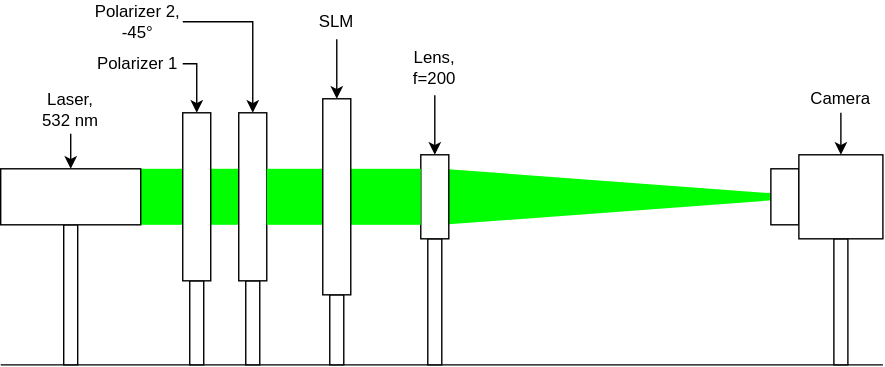
The draw.io diagram documentation/images/setup_4.svg in nbaehler/mask-designer, before a commit. Source tidied: cells renumbered, new cells last; positions are measured from the earlier drawing's top-left corner, leaving out a move shared by most shapes. Its diagram source:
```xml
<mxGraphModel>
  <root>
    <mxCell id="0" />
    <mxCell id="1" parent="0" />
    <mxCell id="2" style="triangle;whiteSpace=wrap;html=1;fillColor=#00FF00;strokeColor=none;" parent="1" vertex="1">
      <mxGeometry x="315" y="120" width="270" height="40" as="geometry" />
    </mxCell>
    <mxCell id="3" style="endArrow=none;html=1;rounded=0;" parent="1" edge="1">
      <mxGeometry relative="1" as="geometry">
        <mxPoint y="260" as="sourcePoint" />
        <mxPoint x="630" y="260" as="targetPoint" />
      </mxGeometry>
    </mxCell>
    <mxCell id="4" style="rounded=0;whiteSpace=wrap;html=1;strokeColor=none;fillColor=#00FF00;" parent="1" vertex="1">
      <mxGeometry x="100" y="120" width="30" height="40" as="geometry" />
    </mxCell>
    <mxCell id="5" style="rounded=0;whiteSpace=wrap;html=1;fillColor=default;" parent="1" vertex="1">
      <mxGeometry x="45" y="160" width="10" height="100" as="geometry" />
    </mxCell>
    <mxCell id="6" style="rounded=0;whiteSpace=wrap;html=1;fillColor=default;" parent="1" vertex="1">
      <mxGeometry x="595" y="170" width="10" height="90" as="geometry" />
    </mxCell>
    <mxCell id="7" style="rounded=0;whiteSpace=wrap;html=1;fillColor=default;" parent="1" vertex="1">
      <mxGeometry x="305" y="170" width="10" height="90" as="geometry" />
    </mxCell>
    <mxCell id="8" style="edgeStyle=orthogonalEdgeStyle;rounded=0;jettySize=auto;html=1;exitX=0.5;exitY=1;exitDx=0;exitDy=0;entryX=0.5;entryY=0;entryDx=0;entryDy=0;" parent="1" edge="1" source="9" target="15">
      <mxGeometry relative="1" as="geometry" />
    </mxCell>
    <mxCell id="9" value="&lt;div&gt;Laser,&lt;/div&gt;&lt;div&gt;532 nm&lt;/div&gt;" style="text;html=1;strokeColor=none;fillColor=none;align=center;verticalAlign=middle;whiteSpace=wrap;rounded=0;" parent="1" vertex="1">
      <mxGeometry x="20" y="60" width="60" height="35" as="geometry" />
    </mxCell>
    <mxCell id="10" style="edgeStyle=none;html=1;" parent="1" edge="1" source="11" target="12">
      <mxGeometry relative="1" as="geometry" />
    </mxCell>
    <mxCell id="11" value="&lt;div&gt;Lens,&lt;/div&gt;&lt;div&gt;f=200&lt;br&gt;&lt;/div&gt;" style="text;html=1;strokeColor=none;fillColor=none;align=center;verticalAlign=middle;whiteSpace=wrap;rounded=0;" parent="1" vertex="1">
      <mxGeometry x="280" y="27.5" width="60" height="40" as="geometry" />
    </mxCell>
    <mxCell id="12" style="rounded=0;whiteSpace=wrap;html=1;fillColor=default;" parent="1" vertex="1">
      <mxGeometry x="300" y="110" width="20" height="60" as="geometry" />
    </mxCell>
    <mxCell id="13" style="rounded=0;whiteSpace=wrap;html=1;fillColor=default;" parent="1" vertex="1">
      <mxGeometry x="550" y="120" width="20" height="40" as="geometry" />
    </mxCell>
    <mxCell id="14" style="rounded=0;whiteSpace=wrap;html=1;fillColor=default;" parent="1" vertex="1">
      <mxGeometry x="570" y="110" width="60" height="60" as="geometry" />
    </mxCell>
    <mxCell id="15" style="rounded=0;whiteSpace=wrap;html=1;fillColor=default;" parent="1" vertex="1">
      <mxGeometry y="120" width="100" height="40" as="geometry" />
    </mxCell>
    <mxCell id="16" style="edgeStyle=orthogonalEdgeStyle;rounded=0;jettySize=auto;html=1;" parent="1" edge="1" source="17" target="14">
      <mxGeometry relative="1" as="geometry" />
    </mxCell>
    <mxCell id="17" value="Camera" style="text;html=1;strokeColor=none;fillColor=none;align=center;verticalAlign=middle;whiteSpace=wrap;rounded=0;" parent="1" vertex="1">
      <mxGeometry x="570" y="60" width="60" height="20" as="geometry" />
    </mxCell>
    <mxCell id="18" style="rounded=0;whiteSpace=wrap;html=1;strokeColor=none;fillColor=#00FF00;" parent="1" vertex="1">
      <mxGeometry x="150" y="120" width="20" height="40" as="geometry" />
    </mxCell>
    <mxCell id="19" style="rounded=0;whiteSpace=wrap;html=1;fillColor=default;" parent="1" vertex="1">
      <mxGeometry x="135" y="200" width="10" height="60" as="geometry" />
    </mxCell>
    <mxCell id="20" style="rounded=0;whiteSpace=wrap;html=1;fillColor=default;" parent="1" vertex="1">
      <mxGeometry x="175" y="200" width="10" height="60" as="geometry" />
    </mxCell>
    <mxCell id="21" style="edgeStyle=orthogonalEdgeStyle;rounded=0;jettySize=auto;html=1;exitX=1;exitY=0.5;exitDx=0;exitDy=0;entryX=0.5;entryY=0;entryDx=0;entryDy=0;" parent="1" edge="1" source="22" target="25">
      <mxGeometry relative="1" as="geometry" />
    </mxCell>
    <mxCell id="22" value="Polarizer 1" style="text;html=1;strokeColor=none;fillColor=none;align=center;verticalAlign=middle;whiteSpace=wrap;rounded=0;" parent="1" vertex="1">
      <mxGeometry x="66" y="30" width="64" height="30" as="geometry" />
    </mxCell>
    <mxCell id="23" style="edgeStyle=orthogonalEdgeStyle;rounded=0;jettySize=auto;html=1;exitX=1;exitY=0.5;exitDx=0;exitDy=0;entryX=0.5;entryY=0;entryDx=0;entryDy=0;" parent="1" edge="1" source="24" target="26">
      <mxGeometry relative="1" as="geometry" />
    </mxCell>
    <mxCell id="24" value="Polarizer 2,&lt;br&gt;-45°" style="text;html=1;strokeColor=none;fillColor=none;align=center;verticalAlign=middle;whiteSpace=wrap;rounded=0;" parent="1" vertex="1">
      <mxGeometry x="66" width="64" height="30" as="geometry" />
    </mxCell>
    <mxCell id="25" style="rounded=0;whiteSpace=wrap;html=1;fillColor=default;" parent="1" vertex="1">
      <mxGeometry x="130" y="80" width="20" height="120" as="geometry" />
    </mxCell>
    <mxCell id="26" style="rounded=0;whiteSpace=wrap;html=1;fillColor=default;" parent="1" vertex="1">
      <mxGeometry x="170" y="80" width="20" height="120" as="geometry" />
    </mxCell>
    <mxCell id="27" style="rounded=0;whiteSpace=wrap;html=1;strokeColor=none;fillColor=#00FF00;" parent="1" vertex="1">
      <mxGeometry x="190" y="120" width="40" height="40" as="geometry" />
    </mxCell>
    <mxCell id="28" style="rounded=0;whiteSpace=wrap;html=1;fillColor=default;" parent="1" vertex="1">
      <mxGeometry x="235" y="210" width="10" height="50" as="geometry" />
    </mxCell>
    <mxCell id="29" style="rounded=0;whiteSpace=wrap;html=1;strokeColor=none;fillColor=#00FF00;" parent="1" vertex="1">
      <mxGeometry x="250" y="120" width="50" height="40" as="geometry" />
    </mxCell>
    <mxCell id="30" style="edgeStyle=orthogonalEdgeStyle;rounded=0;jettySize=auto;html=1;exitX=0.5;exitY=1;exitDx=0;exitDy=0;" parent="1" edge="1" source="31" target="32">
      <mxGeometry relative="1" as="geometry" />
    </mxCell>
    <mxCell id="31" value="SLM" style="text;html=1;strokeColor=none;fillColor=none;align=center;verticalAlign=middle;whiteSpace=wrap;rounded=0;" parent="1" vertex="1">
      <mxGeometry x="210" y="2.5" width="60" height="25" as="geometry" />
    </mxCell>
    <mxCell id="32" style="rounded=0;whiteSpace=wrap;html=1;fillColor=default;" parent="1" vertex="1">
      <mxGeometry x="230" y="70" width="20" height="140" as="geometry" />
    </mxCell>
  </root>
</mxGraphModel>
```
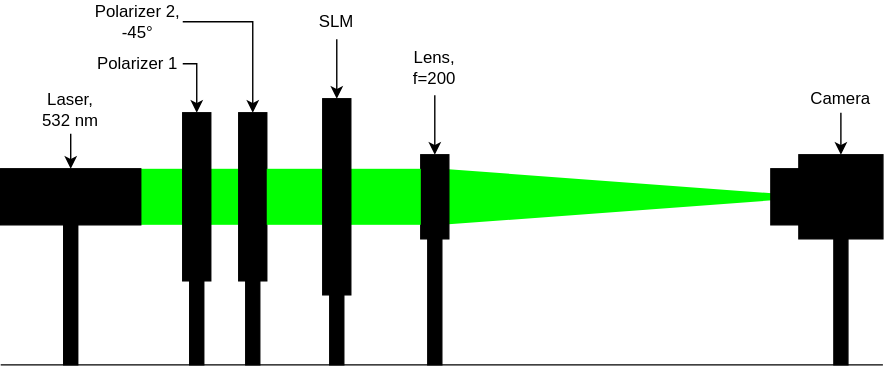
Later version of the same file.

The edit, as a diff of the source:
```diff
@@ -2,7 +2,7 @@
   <root>
     <mxCell id="0" />
     <mxCell id="1" parent="0" />
-    <mxCell id="2" style="triangle;whiteSpace=wrap;html=1;fillColor=#00FF00;strokeColor=none;" parent="1" vertex="1">
+    <mxCell id="2" style="triangle;whiteSpace=wrap;html=1;fillColor=#00FF00;strokeColor=none;rounded=0;" parent="1" vertex="1">
       <mxGeometry x="315" y="120" width="270" height="40" as="geometry" />
     </mxCell>
     <mxCell id="3" style="endArrow=none;html=1;rounded=0;" parent="1" edge="1">
@@ -14,13 +14,13 @@
     <mxCell id="4" style="rounded=0;whiteSpace=wrap;html=1;strokeColor=none;fillColor=#00FF00;" parent="1" vertex="1">
       <mxGeometry x="100" y="120" width="30" height="40" as="geometry" />
     </mxCell>
-    <mxCell id="5" style="rounded=0;whiteSpace=wrap;html=1;fillColor=default;" parent="1" vertex="1">
+    <mxCell id="5" style="rounded=0;whiteSpace=wrap;html=1;fillColor=#000000;" parent="1" vertex="1">
       <mxGeometry x="45" y="160" width="10" height="100" as="geometry" />
     </mxCell>
-    <mxCell id="6" style="rounded=0;whiteSpace=wrap;html=1;fillColor=default;" parent="1" vertex="1">
+    <mxCell id="6" style="rounded=0;whiteSpace=wrap;html=1;fillColor=#000000;" parent="1" vertex="1">
       <mxGeometry x="595" y="170" width="10" height="90" as="geometry" />
     </mxCell>
-    <mxCell id="7" style="rounded=0;whiteSpace=wrap;html=1;fillColor=default;" parent="1" vertex="1">
+    <mxCell id="7" style="rounded=0;whiteSpace=wrap;html=1;fillColor=#000000;" parent="1" vertex="1">
       <mxGeometry x="305" y="170" width="10" height="90" as="geometry" />
     </mxCell>
     <mxCell id="8" style="edgeStyle=orthogonalEdgeStyle;rounded=0;jettySize=auto;html=1;exitX=0.5;exitY=1;exitDx=0;exitDy=0;entryX=0.5;entryY=0;entryDx=0;entryDy=0;" parent="1" edge="1" source="9" target="15">
@@ -29,22 +29,22 @@
     <mxCell id="9" value="&lt;div&gt;Laser,&lt;/div&gt;&lt;div&gt;532 nm&lt;/div&gt;" style="text;html=1;strokeColor=none;fillColor=none;align=center;verticalAlign=middle;whiteSpace=wrap;rounded=0;" parent="1" vertex="1">
       <mxGeometry x="20" y="60" width="60" height="35" as="geometry" />
     </mxCell>
-    <mxCell id="10" style="edgeStyle=none;html=1;" parent="1" edge="1" source="11" target="12">
+    <mxCell id="10" style="edgeStyle=none;html=1;rounded=0;" parent="1" edge="1" source="11" target="12">
       <mxGeometry relative="1" as="geometry" />
     </mxCell>
     <mxCell id="11" value="&lt;div&gt;Lens,&lt;/div&gt;&lt;div&gt;f=200&lt;br&gt;&lt;/div&gt;" style="text;html=1;strokeColor=none;fillColor=none;align=center;verticalAlign=middle;whiteSpace=wrap;rounded=0;" parent="1" vertex="1">
       <mxGeometry x="280" y="27.5" width="60" height="40" as="geometry" />
     </mxCell>
-    <mxCell id="12" style="rounded=0;whiteSpace=wrap;html=1;fillColor=default;" parent="1" vertex="1">
+    <mxCell id="12" style="rounded=0;whiteSpace=wrap;html=1;fillColor=#000000;" parent="1" vertex="1">
       <mxGeometry x="300" y="110" width="20" height="60" as="geometry" />
     </mxCell>
-    <mxCell id="13" style="rounded=0;whiteSpace=wrap;html=1;fillColor=default;" parent="1" vertex="1">
+    <mxCell id="13" style="rounded=0;whiteSpace=wrap;html=1;fillColor=#000000;" parent="1" vertex="1">
       <mxGeometry x="550" y="120" width="20" height="40" as="geometry" />
     </mxCell>
-    <mxCell id="14" style="rounded=0;whiteSpace=wrap;html=1;fillColor=default;" parent="1" vertex="1">
+    <mxCell id="14" style="rounded=0;whiteSpace=wrap;html=1;fillColor=#000000;" parent="1" vertex="1">
       <mxGeometry x="570" y="110" width="60" height="60" as="geometry" />
     </mxCell>
-    <mxCell id="15" style="rounded=0;whiteSpace=wrap;html=1;fillColor=default;" parent="1" vertex="1">
+    <mxCell id="15" style="rounded=0;whiteSpace=wrap;html=1;fillColor=#000000;" parent="1" vertex="1">
       <mxGeometry y="120" width="100" height="40" as="geometry" />
     </mxCell>
     <mxCell id="16" style="edgeStyle=orthogonalEdgeStyle;rounded=0;jettySize=auto;html=1;" parent="1" edge="1" source="17" target="14">
@@ -56,10 +56,10 @@
     <mxCell id="18" style="rounded=0;whiteSpace=wrap;html=1;strokeColor=none;fillColor=#00FF00;" parent="1" vertex="1">
       <mxGeometry x="150" y="120" width="20" height="40" as="geometry" />
     </mxCell>
-    <mxCell id="19" style="rounded=0;whiteSpace=wrap;html=1;fillColor=default;" parent="1" vertex="1">
+    <mxCell id="19" style="rounded=0;whiteSpace=wrap;html=1;fillColor=#000000;" parent="1" vertex="1">
       <mxGeometry x="135" y="200" width="10" height="60" as="geometry" />
     </mxCell>
-    <mxCell id="20" style="rounded=0;whiteSpace=wrap;html=1;fillColor=default;" parent="1" vertex="1">
+    <mxCell id="20" style="rounded=0;whiteSpace=wrap;html=1;fillColor=#000000;" parent="1" vertex="1">
       <mxGeometry x="175" y="200" width="10" height="60" as="geometry" />
     </mxCell>
     <mxCell id="21" style="edgeStyle=orthogonalEdgeStyle;rounded=0;jettySize=auto;html=1;exitX=1;exitY=0.5;exitDx=0;exitDy=0;entryX=0.5;entryY=0;entryDx=0;entryDy=0;" parent="1" edge="1" source="22" target="25">
@@ -74,16 +74,16 @@
     <mxCell id="24" value="Polarizer 2,&lt;br&gt;-45°" style="text;html=1;strokeColor=none;fillColor=none;align=center;verticalAlign=middle;whiteSpace=wrap;rounded=0;" parent="1" vertex="1">
       <mxGeometry x="66" width="64" height="30" as="geometry" />
     </mxCell>
-    <mxCell id="25" style="rounded=0;whiteSpace=wrap;html=1;fillColor=default;" parent="1" vertex="1">
+    <mxCell id="25" style="rounded=0;whiteSpace=wrap;html=1;fillColor=#000000;" parent="1" vertex="1">
       <mxGeometry x="130" y="80" width="20" height="120" as="geometry" />
     </mxCell>
-    <mxCell id="26" style="rounded=0;whiteSpace=wrap;html=1;fillColor=default;" parent="1" vertex="1">
+    <mxCell id="26" style="rounded=0;whiteSpace=wrap;html=1;fillColor=#000000;" parent="1" vertex="1">
       <mxGeometry x="170" y="80" width="20" height="120" as="geometry" />
     </mxCell>
     <mxCell id="27" style="rounded=0;whiteSpace=wrap;html=1;strokeColor=none;fillColor=#00FF00;" parent="1" vertex="1">
       <mxGeometry x="190" y="120" width="40" height="40" as="geometry" />
     </mxCell>
-    <mxCell id="28" style="rounded=0;whiteSpace=wrap;html=1;fillColor=default;" parent="1" vertex="1">
+    <mxCell id="28" style="rounded=0;whiteSpace=wrap;html=1;fillColor=#000000;" parent="1" vertex="1">
       <mxGeometry x="235" y="210" width="10" height="50" as="geometry" />
     </mxCell>
     <mxCell id="29" style="rounded=0;whiteSpace=wrap;html=1;strokeColor=none;fillColor=#00FF00;" parent="1" vertex="1">
@@ -95,7 +95,7 @@
     <mxCell id="31" value="SLM" style="text;html=1;strokeColor=none;fillColor=none;align=center;verticalAlign=middle;whiteSpace=wrap;rounded=0;" parent="1" vertex="1">
       <mxGeometry x="210" y="2.5" width="60" height="25" as="geometry" />
     </mxCell>
-    <mxCell id="32" style="rounded=0;whiteSpace=wrap;html=1;fillColor=default;" parent="1" vertex="1">
+    <mxCell id="32" style="rounded=0;whiteSpace=wrap;html=1;fillColor=#000000;" parent="1" vertex="1">
       <mxGeometry x="230" y="70" width="20" height="140" as="geometry" />
     </mxCell>
   </root>
```
